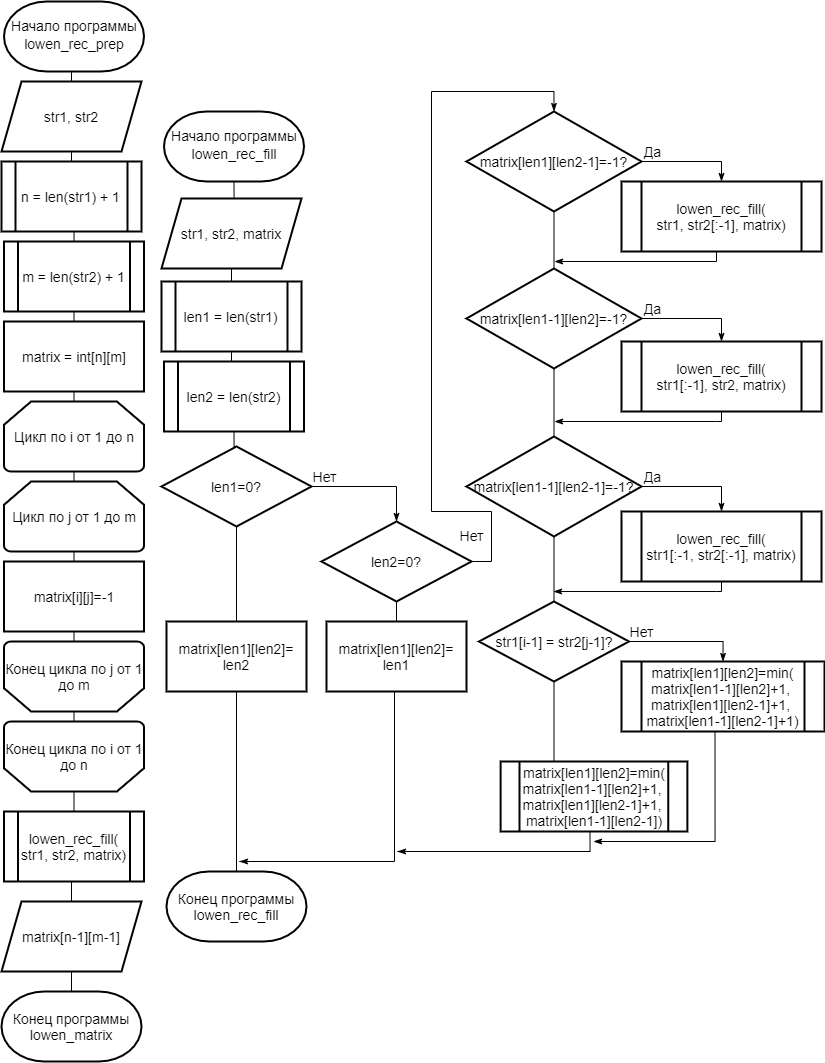
The draw.io diagram lab1/report/inc/img/l_recursion_matrix.png in alena-zayts/BMSTU_5sem_analysis_of_algorithms, before a commit. Source tidied: cells renumbered, new cells last; positions are measured from the earlier drawing's top-left corner, leaving out a move shared by most shapes.
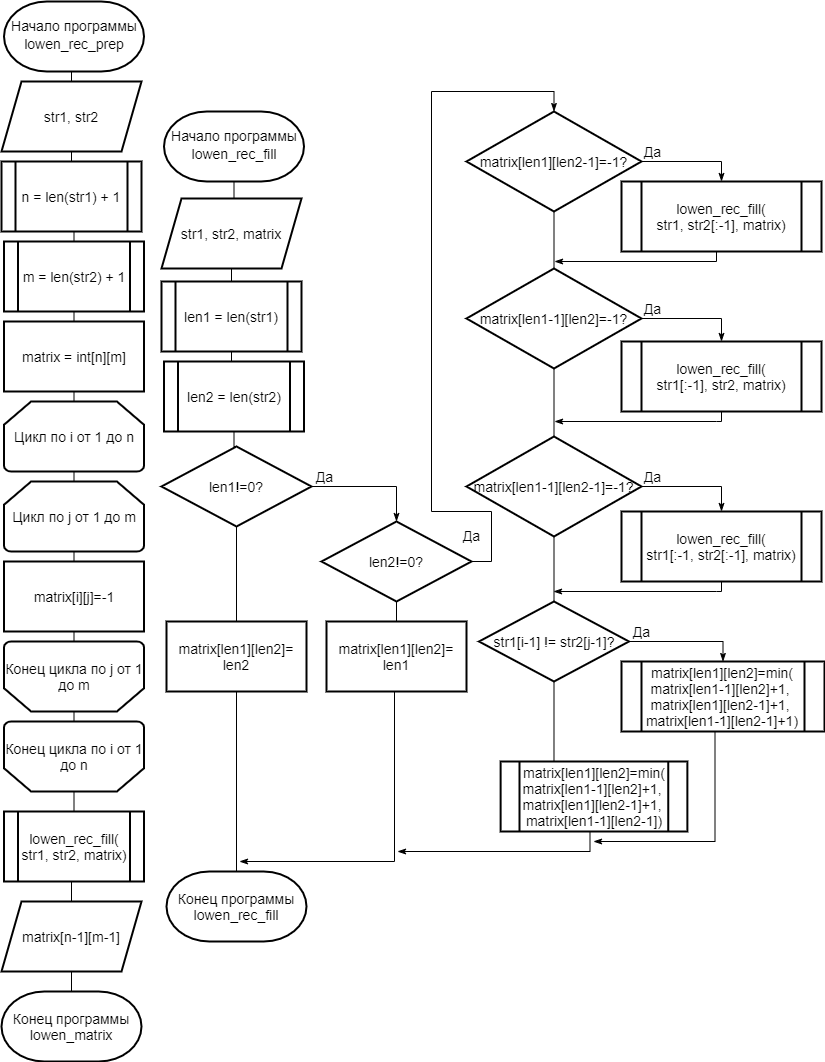
Later version of the same file.

Diff of the diagram source:
```diff
@@ -23,7 +23,7 @@
     <mxCell id="8" value="len1 = len(str1)" style="shape=process;whiteSpace=wrap;html=1;backgroundOutline=1;strokeWidth=2;fontSize=14;" parent="1" vertex="1">
       <mxGeometry x="160" y="280" width="140" height="70" as="geometry" />
     </mxCell>
-    <mxCell id="9" value="Нет" style="edgeStyle=orthogonalEdgeStyle;rounded=0;jettySize=auto;html=1;exitX=1;exitY=0.5;exitDx=0;exitDy=0;entryX=0.5;entryY=0;entryDx=0;entryDy=0;endArrow=classicThin;endFill=1;fontSize=14;" parent="1" edge="1" source="12" target="18">
+    <mxCell id="9" value="Да" style="edgeStyle=orthogonalEdgeStyle;rounded=0;jettySize=auto;html=1;exitX=1;exitY=0.5;exitDx=0;exitDy=0;entryX=0.5;entryY=0;entryDx=0;entryDy=0;endArrow=classicThin;endFill=1;fontSize=14;" parent="1" edge="1" source="12" target="18">
       <mxGeometry x="-0.79" y="10" relative="1" as="geometry" />
     </mxCell>
     <mxCell id="10" style="edgeStyle=orthogonalEdgeStyle;rounded=0;jettySize=auto;html=1;exitX=0.5;exitY=0;exitDx=0;exitDy=0;entryX=0.5;entryY=1;entryDx=0;entryDy=0;endArrow=none;endFill=0;" parent="1" edge="1" source="12" target="6">
@@ -32,7 +32,7 @@
     <mxCell id="11" style="edgeStyle=orthogonalEdgeStyle;rounded=0;jettySize=auto;html=1;entryX=0.5;entryY=0;entryDx=0;entryDy=0;endArrow=none;endFill=0;" parent="1" edge="1" source="12" target="15">
       <mxGeometry relative="1" as="geometry" />
     </mxCell>
-    <mxCell id="12" value="&lt;span style=&quot;font-size: 14px&quot;&gt;len1=0?&lt;/span&gt;" style="rhombus;whiteSpace=wrap;html=1;strokeWidth=2;fontSize=14;" parent="1" vertex="1">
+    <mxCell id="12" value="&lt;span style=&quot;font-size: 14px&quot;&gt;len1!=0?&lt;/span&gt;" style="rhombus;whiteSpace=wrap;html=1;strokeWidth=2;fontSize=14;" parent="1" vertex="1">
       <mxGeometry x="160" y="445" width="150" height="80" as="geometry" />
     </mxCell>
     <mxCell id="13" value="Конец программы lowen_rec_fill" style="strokeWidth=2;html=1;shape=mxgraph.flowchart.terminator;whiteSpace=wrap;fontSize=14;" parent="1" vertex="1">
@@ -44,7 +44,7 @@
     <mxCell id="15" value="matrix[len1][len2]=&lt;br&gt;len2" style="rounded=0;whiteSpace=wrap;html=1;strokeWidth=2;fontSize=14;" parent="1" vertex="1">
       <mxGeometry x="165" y="620" width="140" height="70" as="geometry" />
     </mxCell>
-    <mxCell id="16" value="Нет" style="edgeStyle=orthogonalEdgeStyle;rounded=0;jettySize=auto;html=1;exitX=1;exitY=0.5;exitDx=0;exitDy=0;entryX=0.5;entryY=0;entryDx=0;entryDy=0;endArrow=classicThin;endFill=1;fontSize=14;" parent="1" edge="1" source="18" target="52">
+    <mxCell id="16" value="Да" style="edgeStyle=orthogonalEdgeStyle;rounded=0;jettySize=auto;html=1;exitX=1;exitY=0.5;exitDx=0;exitDy=0;entryX=0.5;entryY=0;entryDx=0;entryDy=0;endArrow=classicThin;endFill=1;fontSize=14;" parent="1" edge="1" source="18" target="52">
       <mxGeometry x="-0.87" y="20" relative="1" as="geometry">
         <Array as="points">
           <mxPoint x="490" y="560" />
@@ -58,7 +58,7 @@
     <mxCell id="17" style="edgeStyle=orthogonalEdgeStyle;rounded=0;jettySize=auto;html=1;exitX=0.5;exitY=1;exitDx=0;exitDy=0;entryX=0.5;entryY=0;entryDx=0;entryDy=0;endArrow=none;endFill=0;" parent="1" edge="1" source="18" target="20">
       <mxGeometry relative="1" as="geometry" />
     </mxCell>
-    <mxCell id="18" value="&lt;span style=&quot;font-size: 14px&quot;&gt;len2=0?&lt;/span&gt;" style="rhombus;whiteSpace=wrap;html=1;strokeWidth=2;fontSize=14;" parent="1" vertex="1">
+    <mxCell id="18" value="&lt;span style=&quot;font-size: 14px&quot;&gt;len2!=0?&lt;/span&gt;" style="rhombus;whiteSpace=wrap;html=1;strokeWidth=2;fontSize=14;" parent="1" vertex="1">
       <mxGeometry x="320" y="520" width="150" height="80" as="geometry" />
     </mxCell>
     <mxCell id="19" style="edgeStyle=orthogonalEdgeStyle;rounded=0;orthogonalLoop=1;jettySize=auto;html=1;exitX=0.5;exitY=1;exitDx=0;exitDy=0;endArrow=classicThin;endFill=1;" parent="1" edge="1">
@@ -155,7 +155,7 @@
     <mxCell id="44" value="matrix[n-1][m-1]" style="shape=parallelogram;perimeter=parallelogramPerimeter;whiteSpace=wrap;html=1;fixedSize=1;strokeWidth=2;fontSize=14;" parent="1" vertex="1">
       <mxGeometry y="900" width="140" height="70" as="geometry" />
     </mxCell>
-    <mxCell id="45" value="Нет" style="edgeStyle=orthogonalEdgeStyle;rounded=0;jettySize=auto;html=1;exitX=1;exitY=0.5;exitDx=0;exitDy=0;entryX=0.5;entryY=0;entryDx=0;entryDy=0;endArrow=classicThin;endFill=1;fontSize=14;" parent="1" edge="1" source="48" target="64">
+    <mxCell id="45" value="Да" style="edgeStyle=orthogonalEdgeStyle;rounded=0;jettySize=auto;html=1;exitX=1;exitY=0.5;exitDx=0;exitDy=0;entryX=0.5;entryY=0;entryDx=0;entryDy=0;endArrow=classicThin;endFill=1;fontSize=14;" parent="1" edge="1" source="48" target="64">
       <mxGeometry x="-0.79" y="10" relative="1" as="geometry" />
     </mxCell>
     <mxCell id="46" style="edgeStyle=orthogonalEdgeStyle;rounded=0;jettySize=auto;html=1;exitX=0.5;exitY=1;exitDx=0;exitDy=0;entryX=0.5;entryY=0;entryDx=0;entryDy=0;endArrow=none;endFill=0;" parent="1" edge="1" source="48">
@@ -168,7 +168,7 @@
         <mxPoint x="552.5" y="535" as="targetPoint" />
       </mxGeometry>
     </mxCell>
-    <mxCell id="48" value="&lt;span style=&quot;font-size: 14px&quot;&gt;str1[i-1] = str2[j-1]?&lt;/span&gt;" style="rhombus;whiteSpace=wrap;html=1;strokeWidth=2;fontSize=14;" parent="1" vertex="1">
+    <mxCell id="48" value="&lt;span style=&quot;font-size: 14px&quot;&gt;str1[i-1] != str2[j-1]?&lt;/span&gt;" style="rhombus;whiteSpace=wrap;html=1;strokeWidth=2;fontSize=14;" parent="1" vertex="1">
       <mxGeometry x="477.5" y="600" width="150" height="80" as="geometry" />
     </mxCell>
     <mxCell id="49" style="edgeStyle=orthogonalEdgeStyle;rounded=0;orthogonalLoop=1;jettySize=auto;html=1;endArrow=classicThin;endFill=1;exitX=0.5;exitY=1;exitDx=0;exitDy=0;" parent="1" edge="1">
```
